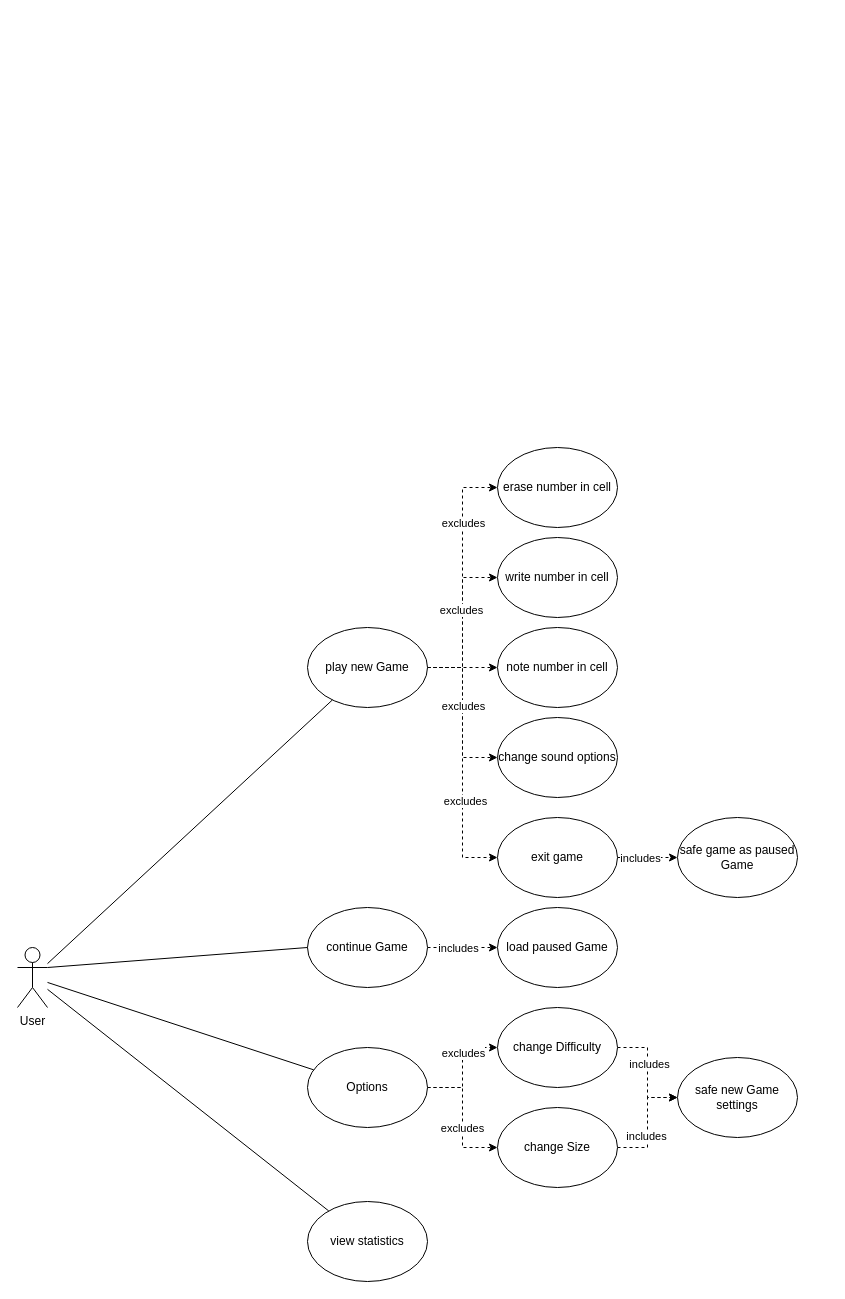
The draw.io diagram documentation/uml/UseCase_SudokuKing.drawio in SevenChords/MobAppDev_SS22, before the edit. Source tidied: cells renumbered, new cells numbered last; positions are measured from the earlier drawing's top-left corner, leaving out a move shared by most shapes. Both pictures are drawn from the tidied source at 100%, with x=0, y=0 at pixel (17, 447).
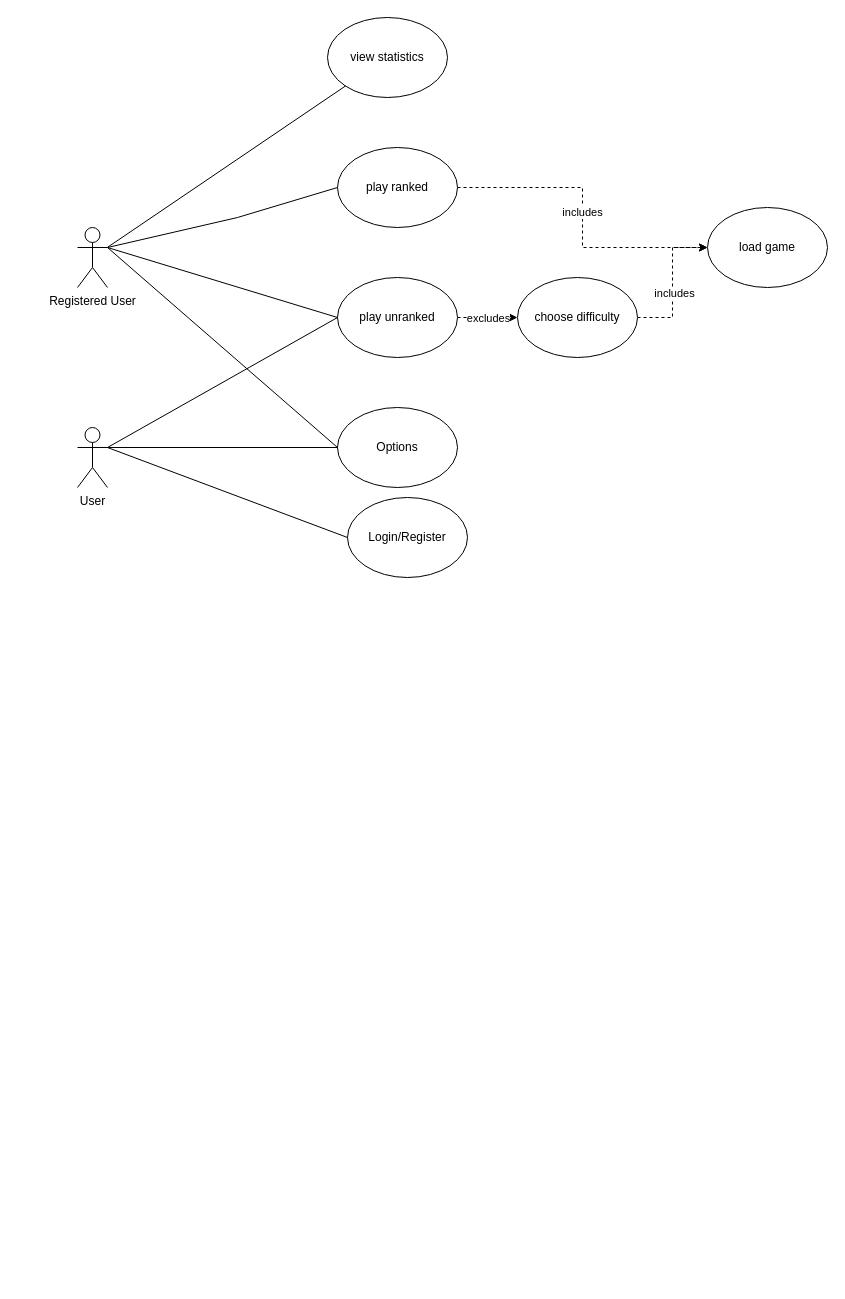
The same page after the edit.

Commit message (it also covers changes not shown here):
started AppArchitecture

Change to the diagram source:
```diff
@@
     <mxCell id="2" value="User" style="shape=umlActor;verticalLabelPosition=bottom;verticalAlign=top;html=1;outlineConnect=0;" parent="1" vertex="1">
-      <mxGeometry y="500" width="30" height="60" as="geometry" />
+      <mxGeometry x="60" y="-20" width="30" height="60" as="geometry" />
     </mxCell>
-    <mxCell id="3" style="edgeStyle=orthogonalEdgeStyle;rounded=0;jettySize=auto;html=1;entryX=0;entryY=0.5;entryDx=0;entryDy=0;dashed=1;" parent="1" edge="1" source="12" target="29">
-      <mxGeometry relative="1" as="geometry" />
-    </mxCell>
-    <mxCell id="4" value="excludes" style="edgeLabel;html=1;align=center;verticalAlign=middle;" parent="3" vertex="1">
-      <mxGeometry x="0.44" relative="1" as="geometry" />
-    </mxCell>
-    <mxCell id="5" style="edgeStyle=orthogonalEdgeStyle;rounded=0;jettySize=auto;html=1;entryX=0;entryY=0.5;entryDx=0;entryDy=0;dashed=1;" parent="1" edge="1" source="12" target="30">
-      <mxGeometry relative="1" as="geometry" />
-    </mxCell>
-    <mxCell id="6" value="excludes" style="edgeLabel;html=1;align=center;verticalAlign=middle;" parent="5" vertex="1">
-      <mxGeometry x="0.16" y="2" relative="1" as="geometry" />
-    </mxCell>
-    <mxCell id="7" style="edgeStyle=orthogonalEdgeStyle;rounded=0;jettySize=auto;html=1;dashed=1;" parent="1" edge="1" source="12" target="31">
-      <mxGeometry relative="1" as="geometry" />
-    </mxCell>
-    <mxCell id="8" style="edgeStyle=orthogonalEdgeStyle;rounded=0;jettySize=auto;html=1;entryX=0;entryY=0.5;entryDx=0;entryDy=0;dashed=1;" parent="1" edge="1" source="12" target="32">
-      <mxGeometry relative="1" as="geometry" />
-    </mxCell>
-    <mxCell id="9" style="edgeStyle=orthogonalEdgeStyle;rounded=0;jettySize=auto;html=1;entryX=0;entryY=0.5;entryDx=0;entryDy=0;dashed=1;" parent="1" edge="1" source="12" target="35">
-      <mxGeometry relative="1" as="geometry" />
-    </mxCell>
-    <mxCell id="10" value="excludes" style="edgeLabel;html=1;align=center;verticalAlign=middle;" parent="9" vertex="1">
-      <mxGeometry x="-0.44" relative="1" as="geometry" />
-    </mxCell>
-    <mxCell id="11" value="excludes" style="edgeLabel;html=1;align=center;verticalAlign=middle;" parent="9" vertex="1">
-      <mxGeometry x="0.29" y="2" relative="1" as="geometry" />
-    </mxCell>
+    <mxCell id="42" style="edgeStyle=orthogonalEdgeStyle;rounded=0;jettySize=auto;html=1;dashed=1;" parent="1" edge="1" source="12" target="53">
+      <mxGeometry relative="1" as="geometry" />
+    </mxCell>
+    <mxCell id="43" value="includes" style="edgeLabel;html=1;align=center;verticalAlign=middle;" parent="42" vertex="1">
+      <mxGeometry x="-0.04" y="-1" relative="1" as="geometry" />
+    </mxCell>
-    <mxCell id="12" value="play new Game" style="ellipse;whiteSpace=wrap;html=1;" parent="1" vertex="1">
-      <mxGeometry x="290" y="180" width="120" height="80" as="geometry" />
+    <mxCell id="12" value="play ranked" style="ellipse;whiteSpace=wrap;html=1;" parent="1" vertex="1">
+      <mxGeometry x="320" y="-300" width="120" height="80" as="geometry" />
     </mxCell>
-    <mxCell id="13" style="edgeStyle=orthogonalEdgeStyle;rounded=0;jettySize=auto;html=1;dashed=1;" parent="1" edge="1" source="17" target="20">
-      <mxGeometry relative="1" as="geometry" />
-    </mxCell>
-    <mxCell id="14" value="excludes" style="edgeLabel;html=1;align=center;verticalAlign=middle;" parent="13" vertex="1">
-      <mxGeometry x="0.28" relative="1" as="geometry" />
-    </mxCell>
-    <mxCell id="15" style="edgeStyle=orthogonalEdgeStyle;rounded=0;jettySize=auto;html=1;dashed=1;" parent="1" edge="1" source="17" target="23">
-      <mxGeometry relative="1" as="geometry" />
-    </mxCell>
-    <mxCell id="16" value="excludes" style="edgeLabel;html=1;align=center;verticalAlign=middle;" parent="15" vertex="1">
-      <mxGeometry x="0.15" y="-1" relative="1" as="geometry" />
-    </mxCell>
     <mxCell id="17" value="Options" style="ellipse;whiteSpace=wrap;html=1;" parent="1" vertex="1">
-      <mxGeometry x="290" y="600" width="120" height="80" as="geometry" />
+      <mxGeometry x="320" y="-40" width="120" height="80" as="geometry" />
     </mxCell>
-    <mxCell id="18" style="edgeStyle=orthogonalEdgeStyle;rounded=0;jettySize=auto;html=1;dashed=1;" parent="1" edge="1" source="20" target="26">
-      <mxGeometry relative="1" as="geometry" />
-    </mxCell>
-    <mxCell id="19" value="includes" style="edgeLabel;html=1;align=center;verticalAlign=middle;" parent="18" vertex="1">
-      <mxGeometry x="-0.17" y="1" relative="1" as="geometry" />
-    </mxCell>
-    <mxCell id="20" value="change Difficulty" style="ellipse;whiteSpace=wrap;html=1;" parent="1" vertex="1">
-      <mxGeometry x="480" y="560" width="120" height="80" as="geometry" />
-    </mxCell>
-    <mxCell id="21" style="edgeStyle=orthogonalEdgeStyle;rounded=0;jettySize=auto;html=1;dashed=1;" parent="1" edge="1" source="23" target="26">
-      <mxGeometry relative="1" as="geometry" />
-    </mxCell>
-    <mxCell id="22" value="includes" style="edgeLabel;html=1;align=center;verticalAlign=middle;" parent="21" vertex="1">
-      <mxGeometry x="-0.24" y="2" relative="1" as="geometry" />
-    </mxCell>
-    <mxCell id="23" value="change Size" style="ellipse;whiteSpace=wrap;html=1;" parent="1" vertex="1">
-      <mxGeometry x="480" y="660" width="120" height="80" as="geometry" />
-    </mxCell>
-    <mxCell id="24" style="endArrow=none;html=1;rounded=0;" parent="1" edge="1" source="17" target="2">
-      <mxGeometry relative="1" as="geometry" />
+    <mxCell id="24" style="endArrow=none;html=1;rounded=0;" parent="1" edge="1" source="17">
+      <mxGeometry relative="1" as="geometry">
+        <mxPoint x="90" as="targetPoint" />
+      </mxGeometry>
     </mxCell>
-    <mxCell id="25" style="endArrow=none;html=1;rounded=0;" parent="1" edge="1" source="12" target="2">
-      <mxGeometry relative="1" as="geometry" />
-    </mxCell>
-    <mxCell id="26" value="safe new Game settings" style="ellipse;whiteSpace=wrap;html=1;" parent="1" vertex="1">
-      <mxGeometry x="660" y="610" width="120" height="80" as="geometry" />
-    </mxCell>
     <mxCell id="27" value="view statistics" style="ellipse;whiteSpace=wrap;html=1;" parent="1" vertex="1">
-      <mxGeometry x="290" y="754" width="120" height="80" as="geometry" />
+      <mxGeometry x="310" y="-430" width="120" height="80" as="geometry" />
     </mxCell>
-    <mxCell id="28" style="endArrow=none;html=1;" parent="1" edge="1" source="2" target="27">
-      <mxGeometry relative="1" as="geometry" />
-    </mxCell>
-    <mxCell id="29" value="erase number in cell" style="ellipse;whiteSpace=wrap;html=1;" parent="1" vertex="1">
-      <mxGeometry x="480" width="120" height="80" as="geometry" />
-    </mxCell>
-    <mxCell id="30" value="write number in cell" style="ellipse;whiteSpace=wrap;html=1;" parent="1" vertex="1">
-      <mxGeometry x="480" y="90" width="120" height="80" as="geometry" />
-    </mxCell>
-    <mxCell id="31" value="note number in cell" style="ellipse;whiteSpace=wrap;html=1;" parent="1" vertex="1">
-      <mxGeometry x="480" y="180" width="120" height="80" as="geometry" />
-    </mxCell>
-    <mxCell id="32" value="change sound options" style="ellipse;whiteSpace=wrap;html=1;" parent="1" vertex="1">
-      <mxGeometry x="480" y="270" width="120" height="80" as="geometry" />
-    </mxCell>
-    <mxCell id="33" style="edgeStyle=orthogonalEdgeStyle;rounded=0;jettySize=auto;html=1;dashed=1;" parent="1" edge="1" source="35" target="36">
-      <mxGeometry relative="1" as="geometry" />
-    </mxCell>
-    <mxCell id="34" value="includes" style="edgeLabel;html=1;align=center;verticalAlign=middle;" parent="33" vertex="1">
-      <mxGeometry x="-0.27" y="1" relative="1" as="geometry">
-        <mxPoint y="1" as="offset" />
-      </mxGeometry>
-    </mxCell>
-    <mxCell id="35" value="exit game" style="ellipse;whiteSpace=wrap;html=1;" parent="1" vertex="1">
-      <mxGeometry x="480" y="370" width="120" height="80" as="geometry" />
-    </mxCell>
-    <mxCell id="36" value="safe game as paused Game" style="ellipse;whiteSpace=wrap;html=1;" parent="1" vertex="1">
-      <mxGeometry x="660" y="370" width="120" height="80" as="geometry" />
-    </mxCell>
-    <mxCell id="37" style="edgeStyle=orthogonalEdgeStyle;rounded=0;jettySize=auto;html=1;dashed=1;" parent="1" edge="1" source="39" target="41">
-      <mxGeometry relative="1" as="geometry" />
-    </mxCell>
-    <mxCell id="38" value="includes" style="edgeLabel;html=1;align=center;verticalAlign=middle;" parent="37" vertex="1">
-      <mxGeometry x="-0.25" relative="1" as="geometry">
-        <mxPoint x="4" as="offset" />
-      </mxGeometry>
-    </mxCell>
-    <mxCell id="39" value="continue Game" style="ellipse;whiteSpace=wrap;html=1;" parent="1" vertex="1">
-      <mxGeometry x="290" y="460" width="120" height="80" as="geometry" />
-    </mxCell>
-    <mxCell id="40" style="endArrow=none;html=1;rounded=0;exitX=1;exitY=0.3333333333333333;exitDx=0;exitDy=0;exitPerimeter=0;entryX=0;entryY=0.5;entryDx=0;entryDy=0;" parent="1" edge="1" source="2" target="39">
-      <mxGeometry relative="1" as="geometry" />
-    </mxCell>
-    <mxCell id="41" value="load paused Game" style="ellipse;whiteSpace=wrap;html=1;" parent="1" vertex="1">
-      <mxGeometry x="480" y="460" width="120" height="80" as="geometry" />
-    </mxCell>
+    <mxCell id="44" value="Login/Register" style="ellipse;whiteSpace=wrap;html=1;" parent="1" vertex="1">
+      <mxGeometry x="330" y="50" width="120" height="80" as="geometry" />
+    </mxCell>
+    <mxCell id="45" style="edgeStyle=orthogonalEdgeStyle;rounded=0;jettySize=auto;html=1;dashed=1;" parent="1" edge="1" source="47" target="50">
+      <mxGeometry relative="1" as="geometry" />
+    </mxCell>
+    <mxCell id="46" value="excludes" style="edgeLabel;html=1;align=center;verticalAlign=middle;" parent="45" vertex="1">
+      <mxGeometry x="-0.28" y="-1" relative="1" as="geometry">
+        <mxPoint x="8" y="-1" as="offset" />
+      </mxGeometry>
+    </mxCell>
+    <mxCell id="47" value="play unranked" style="ellipse;whiteSpace=wrap;html=1;" parent="1" vertex="1">
+      <mxGeometry x="320" y="-170" width="120" height="80" as="geometry" />
+    </mxCell>
+    <mxCell id="48" style="edgeStyle=orthogonalEdgeStyle;rounded=0;jettySize=auto;html=1;dashed=1;" parent="1" edge="1" source="50" target="53">
+      <mxGeometry relative="1" as="geometry" />
+    </mxCell>
+    <mxCell id="49" value="includes" style="edgeLabel;html=1;align=center;verticalAlign=middle;" parent="48" vertex="1">
+      <mxGeometry x="-0.14" y="-1" relative="1" as="geometry" />
+    </mxCell>
+    <mxCell id="50" value="choose difficulty" style="ellipse;whiteSpace=wrap;html=1;" parent="1" vertex="1">
+      <mxGeometry x="500" y="-170" width="120" height="80" as="geometry" />
+    </mxCell>
+    <mxCell id="51" style="endArrow=none;html=1;rounded=0;entryX=0;entryY=0.5;entryDx=0;entryDy=0;" parent="1" edge="1" target="44">
+      <mxGeometry relative="1" as="geometry">
+        <mxPoint x="90" as="sourcePoint" />
+      </mxGeometry>
+    </mxCell>
+    <mxCell id="52" style="endArrow=none;html=1;rounded=0;entryX=0;entryY=0.5;entryDx=0;entryDy=0;exitX=1;exitY=0.3333333333333333;exitDx=0;exitDy=0;exitPerimeter=0;" parent="1" edge="1" source="2" target="47">
+      <mxGeometry relative="1" as="geometry" />
+    </mxCell>
+    <mxCell id="53" value="load game" style="ellipse;whiteSpace=wrap;html=1;" parent="1" vertex="1">
+      <mxGeometry x="690" y="-240" width="120" height="80" as="geometry" />
+    </mxCell>
+    <mxCell id="54" value="Registered User" style="shape=umlActor;verticalLabelPosition=bottom;verticalAlign=top;html=1;outlineConnect=0;" parent="1" vertex="1">
+      <mxGeometry x="60" y="-220" width="30" height="60" as="geometry" />
+    </mxCell>
+    <mxCell id="55" style="endArrow=none;html=1;rounded=0;entryX=0;entryY=0.5;entryDx=0;entryDy=0;exitX=1;exitY=0.3333333333333333;exitDx=0;exitDy=0;exitPerimeter=0;" parent="1" edge="1" source="54" target="12">
+      <mxGeometry relative="1" as="geometry">
+        <Array as="points">
+          <mxPoint x="220" y="-230" />
+        </Array>
+      </mxGeometry>
+    </mxCell>
+    <mxCell id="56" style="endArrow=none;html=1;rounded=0;" parent="1" edge="1" source="54" target="27">
+      <mxGeometry relative="1" as="geometry" />
+    </mxCell>
+    <mxCell id="57" style="endArrow=none;html=1;rounded=0;entryX=0;entryY=0.5;entryDx=0;entryDy=0;exitX=1;exitY=0.3333333333333333;exitDx=0;exitDy=0;exitPerimeter=0;" parent="1" edge="1" source="54" target="47">
+      <mxGeometry relative="1" as="geometry" />
+    </mxCell>
+    <mxCell id="58" style="endArrow=none;html=1;rounded=0;entryX=0;entryY=0.5;entryDx=0;entryDy=0;" parent="1" edge="1" target="17">
+      <mxGeometry relative="1" as="geometry">
+        <mxPoint x="90" y="-200" as="sourcePoint" />
+      </mxGeometry>
+    </mxCell>
```
